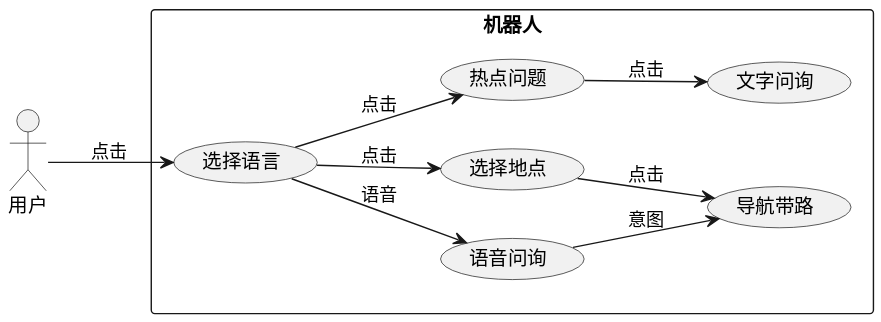
Above: img/UseCase.svg in chuxubank/org (PlantUML), before the change.
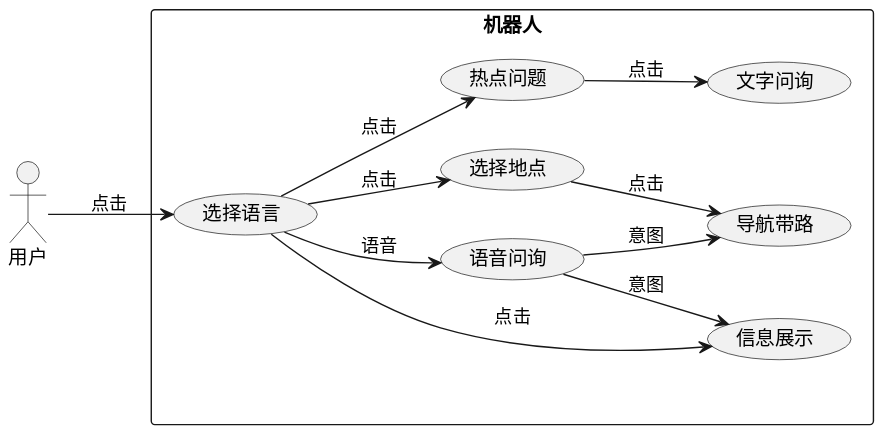
Later version of the same file.

Commit message:
Scripted auto-commit on change (2024-04-30 17:09:58) by gitwatch.sh

Diff of the diagram source:
```diff
@@ -6,14 +6,17 @@
     usecase "语音问询" as UC_QA_Audio
     usecase "文字问询" as UC_QA_Text
     usecase "热点问题" as UC_HotQuestion
+    usecase "信息展示" as UC_Show_Info
     usecase "选择地点" as UC_Place_List
     usecase "导航带路" as UC_Nav
 }
 u --> UC_Choose_Lang : 点击
 UC_Choose_Lang --> UC_QA_Audio : 语音
 UC_Choose_Lang --> UC_HotQuestion : 点击
+UC_Choose_Lang --> UC_Show_Info : 点击
 UC_Choose_Lang --> UC_Place_List : 点击
 UC_Place_List --> UC_Nav : 点击
 UC_HotQuestion --> UC_QA_Text : 点击
+UC_QA_Audio --> UC_Show_Info : 意图
 UC_QA_Audio --> UC_Nav : 意图
 @enduml
```
